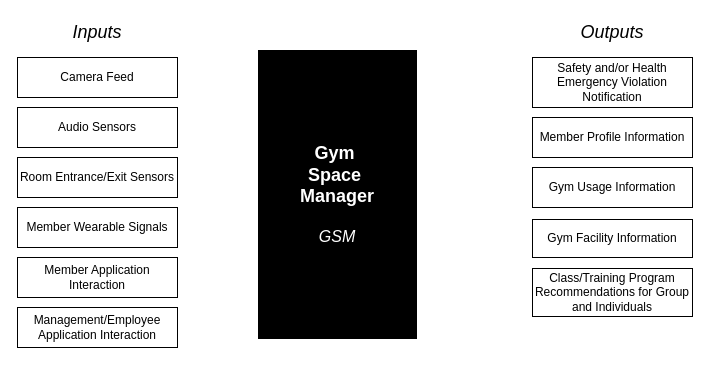
This is documentation/rdd/black-box.drawio from rlutz1/CS460-Project-2, a draw.io file, before an edit. Source tidied: cells renumbered, new cells numbered last; positions are measured from the earlier drawing's top-left corner, leaving out a move shared by most shapes. Both pictures are drawn from the tidied source at 100%, with x=0, y=0 at pixel (17, 17).
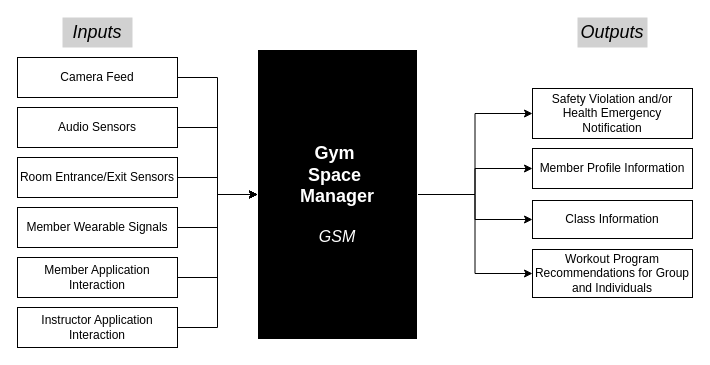
Above is the later version.

Commit message (it also covers changes not shown here):
more polished overview and black box

The change refers to these unchanged cells:
```xml
<mxCell id="2" value="&lt;div&gt;&lt;font style=&quot;font-size: 18px; color: rgb(255, 255, 255);&quot;&gt;&lt;b&gt;Gym&amp;nbsp;&lt;/b&gt;&lt;/font&gt;&lt;/div&gt;&lt;div&gt;&lt;font style=&quot;font-size: 18px; color: rgb(255, 255, 255);&quot;&gt;&lt;b&gt;Space&amp;nbsp;&lt;/b&gt;&lt;/font&gt;&lt;/div&gt;&lt;div&gt;&lt;font style=&quot;font-size: 18px; color: rgb(255, 255, 255);&quot;&gt;&lt;b&gt;Manager&lt;/b&gt;&lt;/font&gt;&lt;/div&gt;&lt;div&gt;&lt;font size=&quot;3&quot; style=&quot;color: rgba(0, 0, 0, 0);&quot;&gt;&lt;br&gt;&lt;/font&gt;&lt;/div&gt;&lt;div&gt;&lt;font size=&quot;3&quot; style=&quot;color: rgb(255, 255, 255);&quot;&gt;&lt;i&gt;GSM&lt;/i&gt;&lt;/font&gt;&lt;/div&gt;" style="rounded=0;whiteSpace=wrap;html=1;strokeColor=#FFFFFF;fillColor=#000000;" parent="1" vertex="1">
  <mxGeometry x="240" y="32" width="160" height="290" as="geometry" />
</mxCell>
<mxCell id="5" value="Camera Feed" style="rounded=0;whiteSpace=wrap;html=1;" parent="1" vertex="1">
  <mxGeometry y="40" width="160" height="40" as="geometry" />
</mxCell>
<mxCell id="6" value="Member Wearable Signals" style="rounded=0;whiteSpace=wrap;html=1;" parent="1" vertex="1">
  <mxGeometry y="190" width="160" height="40" as="geometry" />
</mxCell>
<mxCell id="8" value="Member Application Interaction" style="rounded=0;whiteSpace=wrap;html=1;" parent="1" vertex="1">
  <mxGeometry y="240" width="160" height="40" as="geometry" />
</mxCell>
<mxCell id="9" value="Audio Sensors" style="rounded=0;whiteSpace=wrap;html=1;" parent="1" vertex="1">
  <mxGeometry y="90" width="160" height="40" as="geometry" />
</mxCell>
<mxCell id="15" value="Room Entrance/Exit Sensors" style="rounded=0;whiteSpace=wrap;html=1;" parent="1" vertex="1">
  <mxGeometry y="140" width="160" height="40" as="geometry" />
</mxCell>
```

The edit, as a diff of the source:
```diff
@@
+    <mxCell id="16" style="edgeStyle=orthogonalEdgeStyle;rounded=0;jettySize=auto;html=1;exitX=1;exitY=0.5;exitDx=0;exitDy=0;entryX=0;entryY=0.5;entryDx=0;entryDy=0;" parent="1" edge="1" source="2" target="10">
+      <mxGeometry relative="1" as="geometry" />
+    </mxCell>
+    <mxCell id="17" style="edgeStyle=orthogonalEdgeStyle;rounded=0;jettySize=auto;html=1;exitX=1;exitY=0.5;exitDx=0;exitDy=0;entryX=0;entryY=0.5;entryDx=0;entryDy=0;" parent="1" edge="1" source="2" target="11">
+      <mxGeometry relative="1" as="geometry" />
+    </mxCell>
+    <mxCell id="18" style="edgeStyle=orthogonalEdgeStyle;rounded=0;jettySize=auto;html=1;exitX=1;exitY=0.5;exitDx=0;exitDy=0;entryX=0;entryY=0.5;entryDx=0;entryDy=0;" parent="1" edge="1" source="2" target="14">
+      <mxGeometry relative="1" as="geometry" />
+    </mxCell>
+    <mxCell id="19" style="edgeStyle=orthogonalEdgeStyle;rounded=0;jettySize=auto;html=1;exitX=1;exitY=0.5;exitDx=0;exitDy=0;entryX=0;entryY=0.5;entryDx=0;entryDy=0;" parent="1" edge="1" source="2" target="13">
+      <mxGeometry relative="1" as="geometry" />
+    </mxCell>
@@
-    <mxCell id="3" value="&lt;font style=&quot;font-size: 18px;&quot;&gt;&lt;i&gt;Inputs&lt;/i&gt;&lt;/font&gt;" style="text;html=1;whiteSpace=wrap;strokeColor=none;fillColor=none;align=center;verticalAlign=middle;rounded=0;" parent="1" vertex="1">
+    <mxCell id="3" value="&lt;font style=&quot;font-size: 18px;&quot;&gt;&lt;i&gt;Inputs&lt;/i&gt;&lt;/font&gt;" style="text;html=1;whiteSpace=wrap;strokeColor=none;fillColor=#D1D1D1;align=center;verticalAlign=middle;rounded=0;" parent="1" vertex="1">
       <mxGeometry x="45" width="70" height="30" as="geometry" />
     </mxCell>
-    <mxCell id="4" value="&lt;font style=&quot;font-size: 18px;&quot;&gt;&lt;i&gt;Outputs&lt;/i&gt;&lt;/font&gt;" style="text;html=1;whiteSpace=wrap;strokeColor=none;fillColor=none;align=center;verticalAlign=middle;rounded=0;" parent="1" vertex="1">
+    <mxCell id="4" value="&lt;font style=&quot;font-size: 18px;&quot;&gt;&lt;i&gt;Outputs&lt;/i&gt;&lt;/font&gt;" style="text;html=1;whiteSpace=wrap;strokeColor=none;fillColor=#D1D1D1;align=center;verticalAlign=middle;rounded=0;" parent="1" vertex="1">
       <mxGeometry x="560" width="70" height="30" as="geometry" />
     </mxCell>
+    <mxCell id="20" style="edgeStyle=orthogonalEdgeStyle;rounded=0;jettySize=auto;html=1;exitX=1;exitY=0.5;exitDx=0;exitDy=0;" parent="1" edge="1" source="5" target="2">
+      <mxGeometry relative="1" as="geometry" />
+    </mxCell>
@@
+    <mxCell id="21" style="edgeStyle=orthogonalEdgeStyle;rounded=0;jettySize=auto;html=1;exitX=1;exitY=0.5;exitDx=0;exitDy=0;entryX=0;entryY=0.5;entryDx=0;entryDy=0;" parent="1" edge="1" source="6" target="2">
+      <mxGeometry relative="1" as="geometry" />
+    </mxCell>
@@
+    <mxCell id="22" style="edgeStyle=orthogonalEdgeStyle;rounded=0;jettySize=auto;html=1;exitX=1;exitY=0.5;exitDx=0;exitDy=0;" parent="1" edge="1" source="7" target="2">
+      <mxGeometry relative="1" as="geometry" />
+    </mxCell>
-    <mxCell id="7" value="Management/Employee Application Interaction" style="rounded=0;whiteSpace=wrap;html=1;" parent="1" vertex="1">
+    <mxCell id="7" value="Instructor Application Interaction" style="rounded=0;whiteSpace=wrap;html=1;" parent="1" vertex="1">
       <mxGeometry y="290" width="160" height="40" as="geometry" />
     </mxCell>
+    <mxCell id="23" style="edgeStyle=orthogonalEdgeStyle;rounded=0;jettySize=auto;html=1;exitX=1;exitY=0.5;exitDx=0;exitDy=0;entryX=0;entryY=0.5;entryDx=0;entryDy=0;" parent="1" edge="1" source="8" target="2">
+      <mxGeometry relative="1" as="geometry" />
+    </mxCell>
@@
+    <mxCell id="24" style="edgeStyle=orthogonalEdgeStyle;rounded=0;jettySize=auto;html=1;exitX=1;exitY=0.5;exitDx=0;exitDy=0;entryX=0;entryY=0.5;entryDx=0;entryDy=0;" parent="1" edge="1" source="9" target="2">
+      <mxGeometry relative="1" as="geometry" />
+    </mxCell>
@@
-    <mxCell id="10" value="Safety and/or&amp;nbsp;Health Emergency&amp;nbsp;Violation Notification" style="rounded=0;whiteSpace=wrap;html=1;" parent="1" vertex="1">
-      <mxGeometry x="515" y="40" width="160" height="50" as="geometry" />
+    <mxCell id="10" value="Safety Violation and/or Health Emergency Notification" style="rounded=0;whiteSpace=wrap;html=1;" parent="1" vertex="1">
+      <mxGeometry x="515" y="71" width="160" height="50" as="geometry" />
     </mxCell>
     <mxCell id="11" value="Member Profile Information" style="rounded=0;whiteSpace=wrap;html=1;" parent="1" vertex="1">
-      <mxGeometry x="515" y="100" width="160" height="40" as="geometry" />
+      <mxGeometry x="515" y="131" width="160" height="40" as="geometry" />
     </mxCell>
-    <mxCell id="12" value="Gym Usage Information" style="rounded=0;whiteSpace=wrap;html=1;" parent="1" vertex="1">
-      <mxGeometry x="515" y="150" width="160" height="40" as="geometry" />
-    </mxCell>
-    <mxCell id="13" value="Class/Training Program Recommendations for Group and Individuals" style="rounded=0;whiteSpace=wrap;html=1;" parent="1" vertex="1">
-      <mxGeometry x="515" y="251" width="160" height="48" as="geometry" />
+    <mxCell id="13" value="Workout Program Recommendations for Group and Individuals" style="rounded=0;whiteSpace=wrap;html=1;" parent="1" vertex="1">
+      <mxGeometry x="515" y="232" width="160" height="48" as="geometry" />
     </mxCell>
-    <mxCell id="14" value="Gym Facility Information" style="rounded=0;whiteSpace=wrap;html=1;" parent="1" vertex="1">
-      <mxGeometry x="515" y="202" width="160" height="38" as="geometry" />
+    <mxCell id="14" value="Class Information" style="rounded=0;whiteSpace=wrap;html=1;" parent="1" vertex="1">
+      <mxGeometry x="515" y="183" width="160" height="38" as="geometry" />
     </mxCell>
+    <mxCell id="25" style="edgeStyle=orthogonalEdgeStyle;rounded=0;jettySize=auto;html=1;exitX=1;exitY=0.5;exitDx=0;exitDy=0;entryX=0;entryY=0.5;entryDx=0;entryDy=0;" parent="1" edge="1" source="15" target="2">
+      <mxGeometry relative="1" as="geometry" />
+    </mxCell>
```
